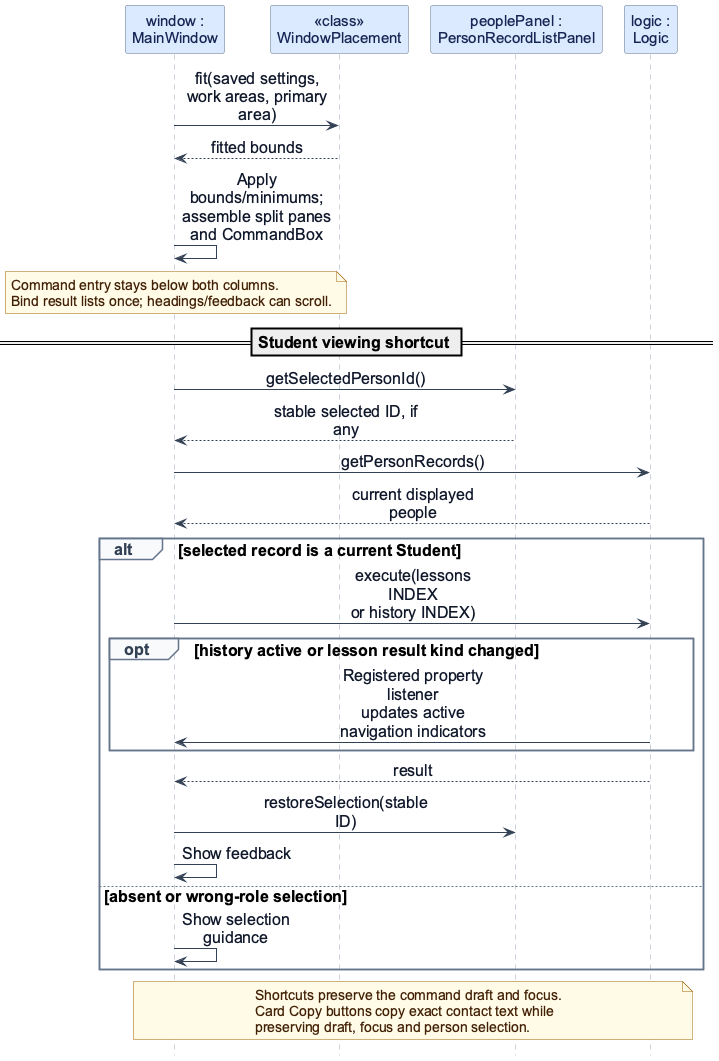
Before: docs/images/WindowNavigation.png, a diagram exported from PlantUML (AY2627S1-CS2103T-F13-3/tp). Its diagram source:
```plantuml
@startuml
!include feature-sequence-style.iuml
participant "window :\nMainWindow" as W
participant "<<class>>\nWindowPlacement" as P
participant "peoplePanel :\nPersonRecordListPanel" as V
participant "logic :\nLogic" as L

W -> P : fit(saved settings,\nwork areas, primary area)
P --> W : fitted bounds
W -> W : Apply bounds/minimums;\nassemble split panes and CommandBox
note over W
  Command entry stays below both columns.
  Bind result lists once; headings/feedback can scroll.
end note
== Student viewing shortcut ==
W -> V : getSelectedPersonId()
V --> W : stable selected ID, if any
W -> L : getPersonRecords()
L --> W : current displayed people
alt selected record is a current Student
  W -> L : execute(lessons INDEX\nor history INDEX)
  opt history active or lesson result kind changed
    L -> W : Registered property listener\nupdates active navigation indicators
  end
  L --> W : result
  W -> V : restoreSelection(stable ID)
  W -> W : Show feedback
else absent or wrong-role selection
  W -> W : Show selection guidance
end
note over W, L
  Shortcuts preserve the command draft and focus.
  Card Copy buttons copy exact contact text while
  preserving draft, focus and person selection.
end note
@enduml
```
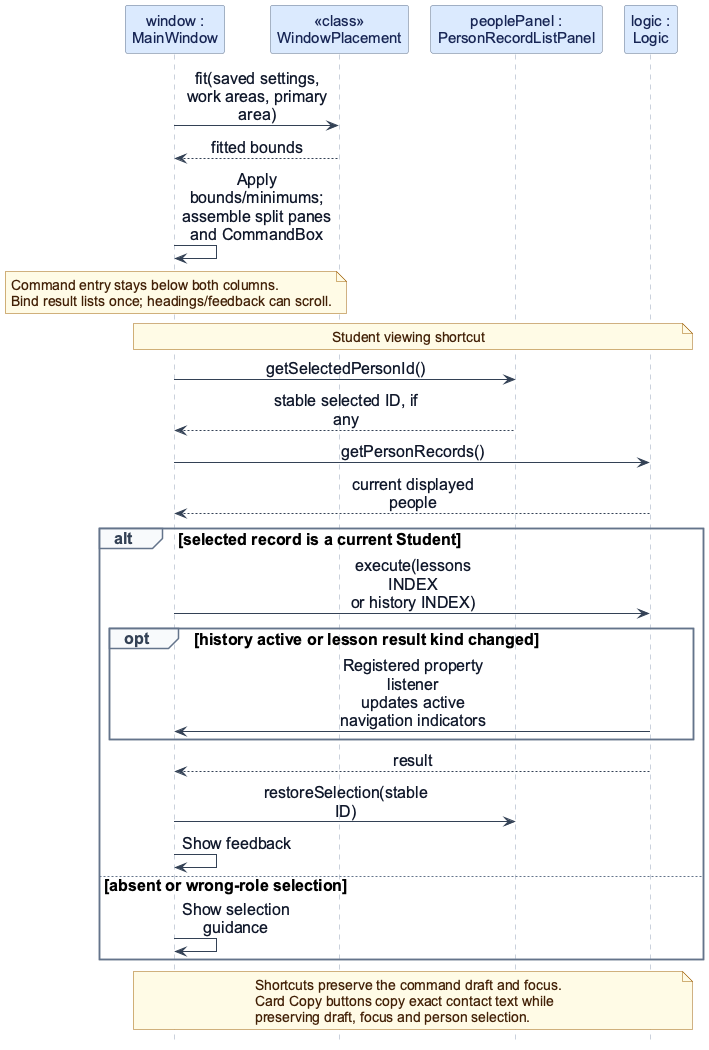
The same file after the commit.

Diff of the diagram source:
```diff
@@ -12,7 +12,9 @@
   Command entry stays below both columns.
   Bind result lists once; headings/feedback can scroll.
 end note
-== Student viewing shortcut ==
+note over W, L
+  Student viewing shortcut
+end note
 W -> V : getSelectedPersonId()
 V --> W : stable selected ID, if any
 W -> L : getPersonRecords()
```
